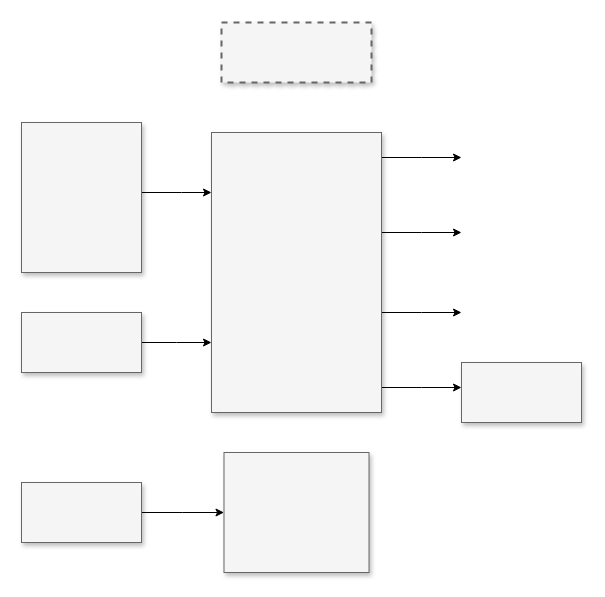
Above: app_diagram.drawio in mick-weber/eneRgyVD (draw.io), before the change. Source tidied: cells renumbered, new cells numbered last; positions are measured from the earlier drawing's top-left corner, leaving out a move shared by most shapes. Both pictures are drawn from the tidied source at 100%, with x=0, y=0 at pixel (21, 22).
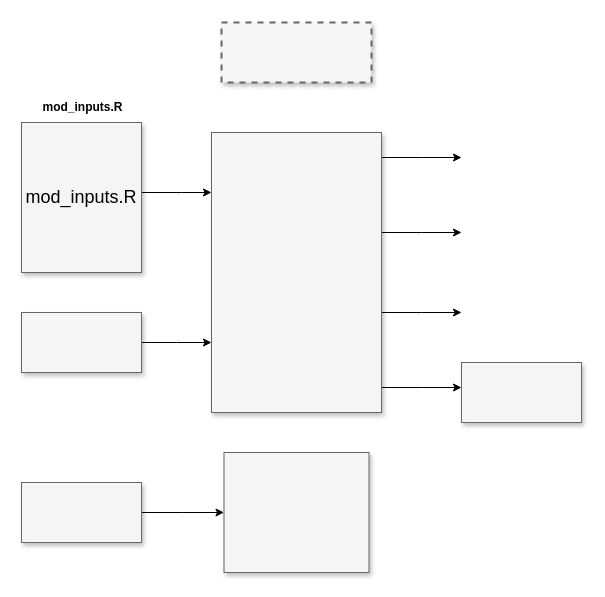
After the change.

Commit message:
app diagram

Change to the diagram source:
```diff
@@
-    <mxCell id="10" style="whiteSpace=wrap;html=1;shadow=1;fontSize=18;fillColor=#f5f5f5;strokeColor=#666666;" parent="1" vertex="1">
+    <mxCell id="10" value="mod_inputs.R" style="whiteSpace=wrap;html=1;shadow=1;fontSize=18;fillColor=#f5f5f5;strokeColor=#666666;" parent="1" vertex="1">
       <mxGeometry y="100" width="120" height="150" as="geometry" />
     </mxCell>
@@
+    <mxCell id="16" value="&lt;b&gt;mod_inputs.R&lt;/b&gt;" style="text;html=1;strokeColor=none;fillColor=none;align=center;verticalAlign=middle;whiteSpace=wrap;rounded=0;" parent="1" vertex="1">
+      <mxGeometry y="70" width="123" height="30" as="geometry" />
+    </mxCell>
```
